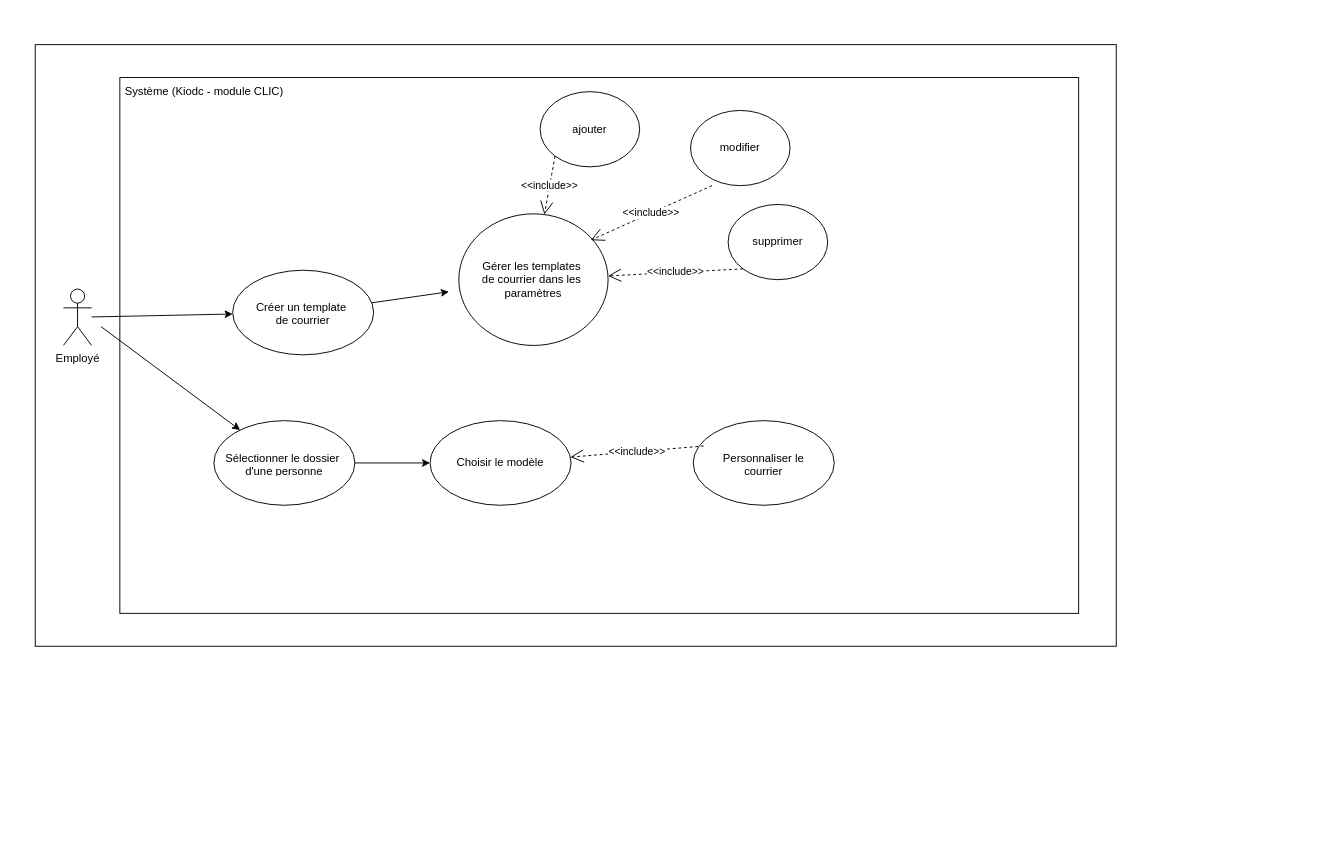
Paulilinaire/UML keeps this draw.io diagram as Diagramme sans nom.drawio. Above is the earlier version. Source tidied: cells renumbered, new cells numbered last; positions are measured from the earlier drawing's top-left corner, leaving out a move shared by most shapes. Both pictures are drawn from the tidied source at 94%, with x=0, y=0 at pixel (35, 44).
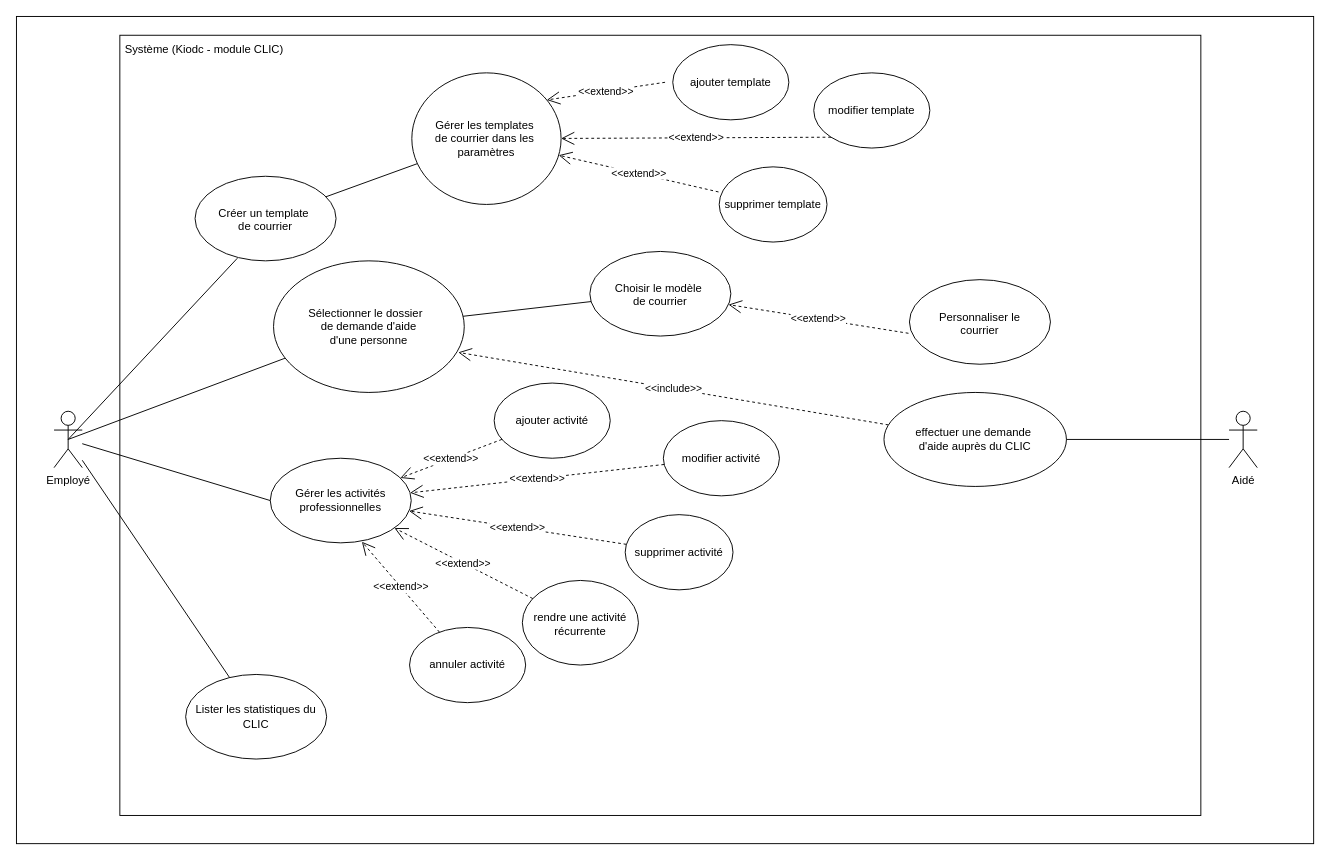
The same page after the edit.

Commit message:
Mettre à jour Diagramme sans nom.drawio

The change refers to these unchanged cells:
```xml
<mxCell id="7" style="ellipse;whiteSpace=wrap;html=1;" parent="6" vertex="1">
  <mxGeometry x="10" width="150" height="90" as="geometry" />
</mxCell>
<mxCell id="13" style="ellipse;whiteSpace=wrap;html=1;" parent="12" vertex="1">
  <mxGeometry x="10" width="150" height="90" as="geometry" />
</mxCell>
<mxCell id="25" style="ellipse;whiteSpace=wrap;html=1;" parent="24" vertex="1">
  <mxGeometry x="10.6" width="158.8" height="140" as="geometry" />
</mxCell>
<mxCell id="26" value=" Gérer les templates&amp;nbsp;&lt;div&gt;de courrier dans les&amp;nbsp;&lt;/div&gt;&lt;div&gt;paramètres&lt;/div&gt;" style="text;strokeColor=none;fillColor=none;align=center;verticalAlign=middle;spacingLeft=4;spacingRight=4;overflow=hidden;points=[[0,0.5],[1,0.5]];portConstraint=eastwest;whiteSpace=wrap;html=1;" parent="24" vertex="1">
  <mxGeometry y="46.7" width="180" height="46.7" as="geometry" />
</mxCell>
<mxCell id="34" style="ellipse;whiteSpace=wrap;html=1;" parent="33" vertex="1">
  <mxGeometry x="10" width="150" height="90" as="geometry" />
</mxCell>
<mxCell id="35" value=" Personnaliser le&lt;div&gt;courrier&lt;/div&gt;" style="text;strokeColor=none;fillColor=none;align=center;verticalAlign=middle;spacingLeft=4;spacingRight=4;overflow=hidden;points=[[0,0.5],[1,0.5]];portConstraint=eastwest;whiteSpace=wrap;html=1;" parent="33" vertex="1">
  <mxGeometry y="30" width="170" height="30" as="geometry" />
</mxCell>
```

What changed in the source:
```diff
@@
     <mxCell id="2" style="rounded=0;whiteSpace=wrap;html=1;" parent="1" vertex="1">
-      <mxGeometry width="1150" height="640" as="geometry" />
+      <mxGeometry x="-20" y="-30" width="1380" height="880" as="geometry" />
     </mxCell>
     <mxCell id="3" value="Employé" style="shape=umlActor;verticalLabelPosition=bottom;verticalAlign=top;html=1;outlineConnect=0;" parent="1" vertex="1">
-      <mxGeometry x="30" y="260" width="30" height="60" as="geometry" />
+      <mxGeometry x="20" y="390" width="30" height="60" as="geometry" />
     </mxCell>
     <mxCell id="4" style="rounded=0;whiteSpace=wrap;html=1;" parent="1" vertex="1">
-      <mxGeometry x="90" y="35" width="1020" height="570" as="geometry" />
+      <mxGeometry x="90" y="-10" width="1150" height="830" as="geometry" />
     </mxCell>
     <mxCell id="5" value="Système (Kiodc - module CLIC)" style="text;html=1;align=center;verticalAlign=middle;whiteSpace=wrap;rounded=0;" parent="1" vertex="1">
-      <mxGeometry x="90" y="35" width="180" height="30" as="geometry" />
+      <mxGeometry x="90" y="-10" width="180" height="30" as="geometry" />
     </mxCell>
     <mxCell id="6" style="group;" parent="1" vertex="1">
-      <mxGeometry x="410" y="400" width="170" height="90" as="geometry" />
+      <mxGeometry x="580" y="220" width="170" height="90" as="geometry" />
     </mxCell>
@@
-    <mxCell id="8" value=" Choisir le modèle" style="text;strokeColor=none;fillColor=none;align=center;verticalAlign=middle;spacingLeft=4;spacingRight=4;overflow=hidden;whiteSpace=wrap;html=1;" parent="6" vertex="1">
+    <mxCell id="8" value=" Choisir le modèle&amp;nbsp;&lt;div&gt;de courrier&lt;/div&gt;" style="text;strokeColor=none;fillColor=none;align=center;verticalAlign=middle;spacingLeft=4;spacingRight=4;overflow=hidden;whiteSpace=wrap;html=1;" parent="6" vertex="1">
       <mxGeometry y="30" width="170" height="30" as="geometry" />
     </mxCell>
     <mxCell id="9" style="group;" parent="1" vertex="1">
-      <mxGeometry x="530" y="50" width="120" height="80" as="geometry" />
+      <mxGeometry x="670" width="140" height="80" as="geometry" />
     </mxCell>
     <mxCell id="10" style="ellipse;whiteSpace=wrap;html=1;" parent="9" vertex="1">
-      <mxGeometry x="7.1" width="105.9" height="80" as="geometry" />
+      <mxGeometry x="8.2" width="123.5" height="80" as="geometry" />
     </mxCell>
-    <mxCell id="11" value=" ajouter" style="text;strokeColor=none;fillColor=none;align=center;verticalAlign=middle;spacingLeft=4;spacingRight=4;overflow=hidden;points=[[0,0.5],[1,0.5]];portConstraint=eastwest;whiteSpace=wrap;html=1;" parent="9" vertex="1">
-      <mxGeometry y="26.7" width="120" height="26.7" as="geometry" />
+    <mxCell id="11" value=" ajouter template" style="text;strokeColor=none;fillColor=none;align=center;verticalAlign=middle;spacingLeft=4;spacingRight=4;overflow=hidden;points=[[0,0.5],[1,0.5]];portConstraint=eastwest;whiteSpace=wrap;html=1;" parent="9" vertex="1">
+      <mxGeometry y="26.7" width="140" height="26.7" as="geometry" />
     </mxCell>
     <mxCell id="12" style="group;" parent="1" vertex="1">
-      <mxGeometry x="200" y="240" width="170" height="90" as="geometry" />
+      <mxGeometry x="160" y="140" width="170" height="90" as="geometry" />
     </mxCell>
@@
     <mxCell id="15" style="group;" parent="1" vertex="1">
-      <mxGeometry x="730" y="170" width="120" height="80" as="geometry" />
+      <mxGeometry x="720" y="130" width="130" height="80" as="geometry" />
     </mxCell>
     <mxCell id="16" style="ellipse;whiteSpace=wrap;html=1;" parent="15" vertex="1">
-      <mxGeometry x="7.1" width="105.9" height="80" as="geometry" />
+      <mxGeometry x="7.6" width="114.7" height="80" as="geometry" />
     </mxCell>
-    <mxCell id="17" value=" supprimer" style="text;strokeColor=none;fillColor=none;align=center;verticalAlign=middle;spacingLeft=4;spacingRight=4;overflow=hidden;points=[[0,0.5],[1,0.5]];portConstraint=eastwest;whiteSpace=wrap;html=1;" parent="15" vertex="1">
-      <mxGeometry y="26.7" width="120" height="26.7" as="geometry" />
+    <mxCell id="17" value=" supprimer template" style="text;strokeColor=none;fillColor=none;align=center;verticalAlign=middle;spacingLeft=4;spacingRight=4;overflow=hidden;points=[[0,0.5],[1,0.5]];portConstraint=eastwest;whiteSpace=wrap;html=1;" parent="15" vertex="1">
+      <mxGeometry y="26.7" width="130" height="26.7" as="geometry" />
     </mxCell>
     <mxCell id="18" style="group;" parent="1" vertex="1">
-      <mxGeometry x="690" y="70" width="120" height="80" as="geometry" />
+      <mxGeometry x="820" y="30" width="140" height="80" as="geometry" />
     </mxCell>
     <mxCell id="19" style="ellipse;whiteSpace=wrap;html=1;" parent="18" vertex="1">
-      <mxGeometry x="7.1" width="105.9" height="80" as="geometry" />
+      <mxGeometry x="8.2" width="123.5" height="80" as="geometry" />
     </mxCell>
-    <mxCell id="20" value=" modifier" style="text;strokeColor=none;fillColor=none;align=center;verticalAlign=middle;spacingLeft=4;spacingRight=4;overflow=hidden;whiteSpace=wrap;html=1;" parent="18" vertex="1">
-      <mxGeometry y="26.7" width="120" height="26.7" as="geometry" />
+    <mxCell id="20" value=" modifier template" style="text;strokeColor=none;fillColor=none;align=center;verticalAlign=middle;spacingLeft=4;spacingRight=4;overflow=hidden;whiteSpace=wrap;html=1;" parent="18" vertex="1">
+      <mxGeometry y="26.7" width="140" height="26.7" as="geometry" />
     </mxCell>
     <mxCell id="21" style="group;" parent="1" vertex="1">
-      <mxGeometry x="490" y="220" width="130" height="100" as="geometry" />
+      <mxGeometry x="440" y="70" width="130" height="100" as="geometry" />
     </mxCell>
@@
-    <mxCell id="27" value="&amp;lt;&amp;lt;include&amp;gt;&amp;gt;" style="endArrow=open;endSize=12;dashed=1;html=1;rounded=0;exitX=0;exitY=1;exitDx=0;exitDy=0;" parent="1" edge="1" source="10" target="25">
-      <mxGeometry relative="1" as="geometry" />
-    </mxCell>
-    <mxCell id="28" value="&amp;lt;&amp;lt;include&amp;gt;&amp;gt;" style="endArrow=open;endSize=12;dashed=1;html=1;rounded=0;entryX=0.884;entryY=0.2;entryDx=0;entryDy=0;entryPerimeter=0;" parent="1" edge="1" target="25">
-      <mxGeometry relative="1" as="geometry">
-        <mxPoint x="720" y="150" as="sourcePoint" />
-      </mxGeometry>
-    </mxCell>
-    <mxCell id="29" value="&amp;lt;&amp;lt;include&amp;gt;&amp;gt;" style="endArrow=open;endSize=12;dashed=1;html=1;rounded=0;exitX=0;exitY=1;exitDx=0;exitDy=0;" parent="1" edge="1" source="16" target="25">
-      <mxGeometry relative="1" as="geometry" />
-    </mxCell>
     <mxCell id="30" style="group;" parent="1" vertex="1">
-      <mxGeometry x="180" y="400" width="170" height="90" as="geometry" />
+      <mxGeometry x="240" y="230" width="230" height="140" as="geometry" />
     </mxCell>
     <mxCell id="31" style="ellipse;whiteSpace=wrap;html=1;" parent="30" vertex="1">
-      <mxGeometry x="10" width="150" height="90" as="geometry" />
+      <mxGeometry x="13.5" width="202.9" height="140" as="geometry" />
     </mxCell>
-    <mxCell id="32" value="Sélectionner le dossier&amp;nbsp;&lt;div&gt;d'une personne&lt;/div&gt;" style="text;strokeColor=none;fillColor=none;align=center;verticalAlign=middle;spacingLeft=4;spacingRight=4;overflow=hidden;points=[[0,0.5],[1,0.5]];portConstraint=eastwest;whiteSpace=wrap;html=1;" parent="30" vertex="1">
-      <mxGeometry y="30" width="170" height="30" as="geometry" />
+    <mxCell id="32" value="Sélectionner le dossier&amp;nbsp;&amp;nbsp;&lt;div&gt;de demande d'aide&lt;div&gt;d'une personne&lt;/div&gt;&lt;/div&gt;" style="text;strokeColor=none;fillColor=none;align=center;verticalAlign=middle;spacingLeft=4;spacingRight=4;overflow=hidden;points=[[0,0.5],[1,0.5]];portConstraint=eastwest;whiteSpace=wrap;html=1;" parent="30" vertex="1">
+      <mxGeometry y="46.7" width="230" height="46.7" as="geometry" />
     </mxCell>
     <mxCell id="33" style="group;" parent="1" vertex="1">
-      <mxGeometry x="690" y="400" width="170" height="90" as="geometry" />
+      <mxGeometry x="920" y="250" width="170" height="90" as="geometry" />
     </mxCell>
@@
-    <mxCell id="36" style="endArrow=classic;html=1;rounded=0;" parent="1" edge="1" source="13" target="26">
-      <mxGeometry relative="1" as="geometry" />
-    </mxCell>
-    <mxCell id="37" style="endArrow=classic;html=1;rounded=0;" parent="1" edge="1" source="3" target="13">
+    <mxCell id="37" style="endArrow=none;html=1;rounded=0;exitX=0.5;exitY=0.5;exitDx=0;exitDy=0;exitPerimeter=0;entryX=0.3;entryY=0.969;entryDx=0;entryDy=0;entryPerimeter=0;" parent="1" edge="1" source="3" target="13">
       <mxGeometry relative="1" as="geometry" />
     </mxCell>
-    <mxCell id="38" style="endArrow=classic;html=1;rounded=0;" parent="1" edge="1" target="31">
-      <mxGeometry relative="1" as="geometry">
-        <mxPoint x="70" y="300" as="sourcePoint" />
-      </mxGeometry>
-    </mxCell>
+    <mxCell id="41" style="endArrow=none;html=1;rounded=0;exitX=0.5;exitY=0.5;exitDx=0;exitDy=0;exitPerimeter=0;" parent="1" edge="1" source="3" target="31">
+      <mxGeometry relative="1" as="geometry" />
+    </mxCell>
+    <mxCell id="28" value="&amp;lt;&amp;lt;extend&amp;gt;&amp;gt;" style="endArrow=open;endSize=12;dashed=1;html=1;rounded=0;exitX=0;exitY=1;exitDx=0;exitDy=0;" parent="1" edge="1" source="19" target="25">
+      <mxGeometry relative="1" as="geometry" />
+    </mxCell>
+    <mxCell id="29" value="&amp;lt;&amp;lt;extend&amp;gt;&amp;gt;" style="endArrow=open;endSize=12;dashed=1;html=1;rounded=0;" parent="1" edge="1" source="17" target="25">
+      <mxGeometry relative="1" as="geometry" />
+    </mxCell>
+    <mxCell id="42" value="Gérer les activités professionnelles" style="ellipse;whiteSpace=wrap;html=1;" parent="1" vertex="1">
+      <mxGeometry x="250" y="440" width="150" height="90" as="geometry" />
+    </mxCell>
+    <mxCell id="27" value="&amp;lt;&amp;lt;extend&amp;gt;&amp;gt;" style="endArrow=open;endSize=12;dashed=1;html=1;rounded=0;entryX=0.904;entryY=0.206;entryDx=0;entryDy=0;entryPerimeter=0;exitX=0;exitY=0.5;exitDx=0;exitDy=0;" parent="1" edge="1" source="11" target="25">
+      <mxGeometry relative="1" as="geometry" />
+    </mxCell>
+    <mxCell id="43" value="Lister les statistiques du CLIC" style="ellipse;whiteSpace=wrap;html=1;" parent="1" vertex="1">
+      <mxGeometry x="160" y="670" width="150" height="90" as="geometry" />
+    </mxCell>
+    <mxCell id="44" style="endArrow=none;html=1;rounded=0;entryX=0;entryY=0.5;entryDx=0;entryDy=0;" parent="1" edge="1" source="3" target="42">
+      <mxGeometry relative="1" as="geometry" />
+    </mxCell>
+    <mxCell id="45" style="endArrow=none;html=1;rounded=0;" parent="1" edge="1" source="3" target="43">
+      <mxGeometry relative="1" as="geometry" />
+    </mxCell>
+    <mxCell id="46" style="group;" parent="1" vertex="1">
+      <mxGeometry x="480" y="360" width="140" height="80" as="geometry" />
+    </mxCell>
+    <mxCell id="47" style="ellipse;whiteSpace=wrap;html=1;" parent="46" vertex="1">
+      <mxGeometry x="8.2" width="123.5" height="80" as="geometry" />
+    </mxCell>
+    <mxCell id="48" value=" ajouter activité" style="text;strokeColor=none;fillColor=none;align=center;verticalAlign=middle;spacingLeft=4;spacingRight=4;overflow=hidden;whiteSpace=wrap;html=1;" parent="46" vertex="1">
+      <mxGeometry y="26.7" width="140" height="26.7" as="geometry" />
+    </mxCell>
+    <mxCell id="49" style="group;" parent="1" vertex="1">
+      <mxGeometry x="660" y="400" width="190" height="106.7" as="geometry" />
+    </mxCell>
+    <mxCell id="50" style="ellipse;whiteSpace=wrap;html=1;" parent="49" vertex="1">
+      <mxGeometry x="8.2" width="123.5" height="80" as="geometry" />
+    </mxCell>
+    <mxCell id="51" value=" modifier activité" style="text;strokeColor=none;fillColor=none;align=center;verticalAlign=middle;spacingLeft=4;spacingRight=4;overflow=hidden;whiteSpace=wrap;html=1;" parent="49" vertex="1">
+      <mxGeometry y="26.7" width="140" height="26.7" as="geometry" />
+    </mxCell>
+    <mxCell id="52" style="group;" parent="1" vertex="1">
+      <mxGeometry x="390" y="620" width="140" height="80" as="geometry" />
+    </mxCell>
+    <mxCell id="53" style="ellipse;whiteSpace=wrap;html=1;" parent="52" vertex="1">
+      <mxGeometry x="8.2" width="123.5" height="80" as="geometry" />
+    </mxCell>
+    <mxCell id="54" value=" annuler activité" style="text;strokeColor=none;fillColor=none;align=center;verticalAlign=middle;spacingLeft=4;spacingRight=4;overflow=hidden;whiteSpace=wrap;html=1;" parent="52" vertex="1">
+      <mxGeometry y="26.7" width="140" height="26.7" as="geometry" />
+    </mxCell>
+    <mxCell id="55" style="group;" parent="1" vertex="1">
+      <mxGeometry x="510" y="570" width="140" height="90" as="geometry" />
+    </mxCell>
+    <mxCell id="56" style="ellipse;whiteSpace=wrap;html=1;" parent="55" vertex="1">
+      <mxGeometry x="8.2" width="123.5" height="90" as="geometry" />
+    </mxCell>
+    <mxCell id="57" value=" rendre une activité récurrente" style="text;strokeColor=none;fillColor=none;align=center;verticalAlign=middle;spacingLeft=4;spacingRight=4;overflow=hidden;whiteSpace=wrap;html=1;" parent="55" vertex="1">
+      <mxGeometry y="30" width="140" height="30" as="geometry" />
+    </mxCell>
+    <mxCell id="58" value="&amp;lt;&amp;lt;extend&amp;gt;&amp;gt;" style="endArrow=open;endSize=12;dashed=1;html=1;rounded=0;" parent="1" edge="1" source="50" target="42">
+      <mxGeometry relative="1" as="geometry" />
+    </mxCell>
+    <mxCell id="59" value="&amp;lt;&amp;lt;extend&amp;gt;&amp;gt;" style="endArrow=open;endSize=12;dashed=1;html=1;rounded=0;" parent="1" edge="1" source="47" target="42">
+      <mxGeometry relative="1" as="geometry" />
+    </mxCell>
+    <mxCell id="60" value="&amp;lt;&amp;lt;extend&amp;gt;&amp;gt;" style="endArrow=open;endSize=12;dashed=1;html=1;rounded=0;" parent="1" edge="1" source="56" target="42">
+      <mxGeometry relative="1" as="geometry" />
+    </mxCell>
+    <mxCell id="61" value="&amp;lt;&amp;lt;extend&amp;gt;&amp;gt;" style="endArrow=open;endSize=12;dashed=1;html=1;rounded=0;" parent="1" edge="1" source="65" target="42">
+      <mxGeometry relative="1" as="geometry" />
+    </mxCell>
+    <mxCell id="62" value="&amp;lt;&amp;lt;extend&amp;gt;&amp;gt;" style="endArrow=open;endSize=12;dashed=1;html=1;rounded=0;entryX=0.65;entryY=0.987;entryDx=0;entryDy=0;entryPerimeter=0;" parent="1" edge="1" source="53" target="42">
+      <mxGeometry relative="1" as="geometry" />
+    </mxCell>
+    <mxCell id="63" style="endArrow=none;html=1;rounded=0;" parent="1" edge="1" source="13" target="25">
+      <mxGeometry relative="1" as="geometry" />
+    </mxCell>
+    <mxCell id="64" style="group;" parent="1" vertex="1">
+      <mxGeometry x="620" y="500" width="130" height="80" as="geometry" />
+    </mxCell>
+    <mxCell id="65" style="ellipse;whiteSpace=wrap;html=1;" parent="64" vertex="1">
+      <mxGeometry x="7.6" width="114.7" height="80" as="geometry" />
+    </mxCell>
+    <mxCell id="66" value=" supprimer activité" style="text;strokeColor=none;fillColor=none;align=center;verticalAlign=middle;spacingLeft=4;spacingRight=4;overflow=hidden;whiteSpace=wrap;html=1;" parent="64" vertex="1">
+      <mxGeometry y="26.7" width="130" height="26.7" as="geometry" />
+    </mxCell>
+    <mxCell id="40" value="&amp;lt;&amp;lt;extend&amp;gt;&amp;gt;" style="endArrow=open;endSize=12;dashed=1;html=1;rounded=0;exitX=-0.007;exitY=0.634;exitDx=0;exitDy=0;exitPerimeter=0;" parent="1" edge="1" source="34" target="7">
+      <mxGeometry relative="1" as="geometry" />
+    </mxCell>
-    <mxCell id="39" style="endArrow=classic;html=1;rounded=0;" parent="1" edge="1" source="31" target="7">
+    <mxCell id="39" style="endArrow=none;html=1;rounded=0;" parent="1" edge="1" source="31" target="7">
       <mxGeometry relative="1" as="geometry" />
     </mxCell>
-    <mxCell id="40" value="&amp;lt;&amp;lt;include&amp;gt;&amp;gt;" style="endArrow=open;endSize=12;dashed=1;html=1;rounded=0;exitX=0.124;exitY=-0.1;exitDx=0;exitDy=0;exitPerimeter=0;" parent="1" edge="1" source="35" target="7">
-      <mxGeometry relative="1" as="geometry" />
-    </mxCell>
+    <mxCell id="67" value="Aidé" style="shape=umlActor;verticalLabelPosition=bottom;verticalAlign=top;html=1;outlineConnect=0;" parent="1" vertex="1">
+      <mxGeometry x="1270" y="390" width="30" height="60" as="geometry" />
+    </mxCell>
+    <mxCell id="68" value="&amp;lt;&amp;lt;include&amp;gt;&amp;gt;" style="endArrow=open;endSize=12;dashed=1;html=1;rounded=0;entryX=0.913;entryY=1.085;entryDx=0;entryDy=0;entryPerimeter=0;" parent="1" edge="1" source="70" target="32">
+      <mxGeometry relative="1" as="geometry" />
+    </mxCell>
+    <mxCell id="69" style="group;" parent="1" vertex="1">
+      <mxGeometry x="890" y="370" width="220" height="100" as="geometry" />
+    </mxCell>
+    <mxCell id="70" style="ellipse;whiteSpace=wrap;html=1;" parent="69" vertex="1">
+      <mxGeometry x="12.9" width="194.1" height="100" as="geometry" />
+    </mxCell>
+    <mxCell id="71" value="effectuer une demande&amp;nbsp;&lt;div&gt;d'aide auprès du CLIC&lt;/div&gt;" style="text;strokeColor=none;fillColor=none;align=center;verticalAlign=middle;spacingLeft=4;spacingRight=4;overflow=hidden;whiteSpace=wrap;html=1;" parent="69" vertex="1">
+      <mxGeometry y="33.3" width="220" height="33.3" as="geometry" />
+    </mxCell>
+    <mxCell id="72" style="endArrow=none;html=1;rounded=0;" parent="1" edge="1" source="70" target="67">
+      <mxGeometry relative="1" as="geometry" />
+    </mxCell>
```
